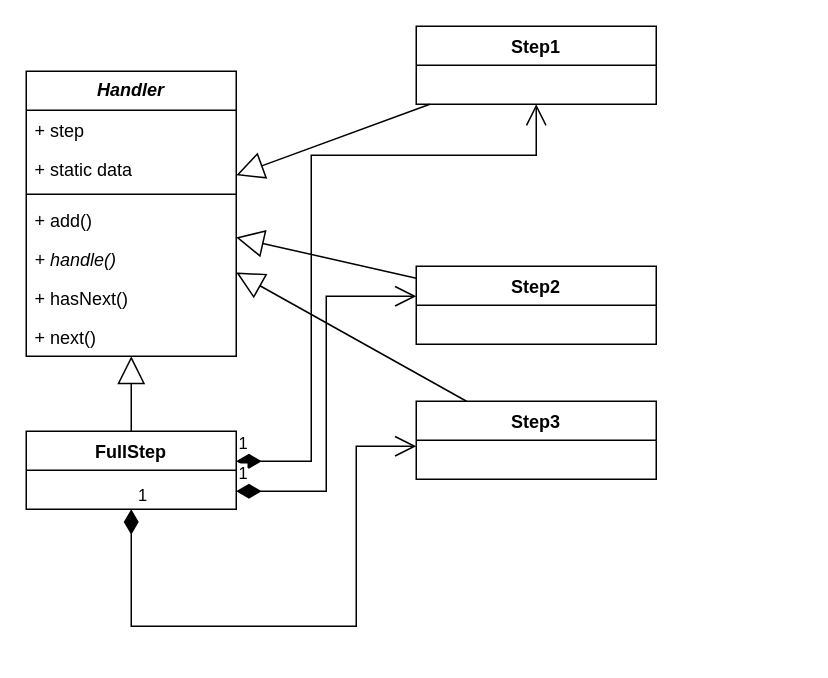
joelau71/uml keeps this draw.io diagram as chain-step.drawio. Above is the earlier version. Source tidied: cells renumbered, new cells numbered last; positions are measured from the earlier drawing's top-left corner, leaving out a move shared by most shapes. Both pictures are drawn from the tidied source at 150%, with x=0, y=0 at pixel (26, 26).
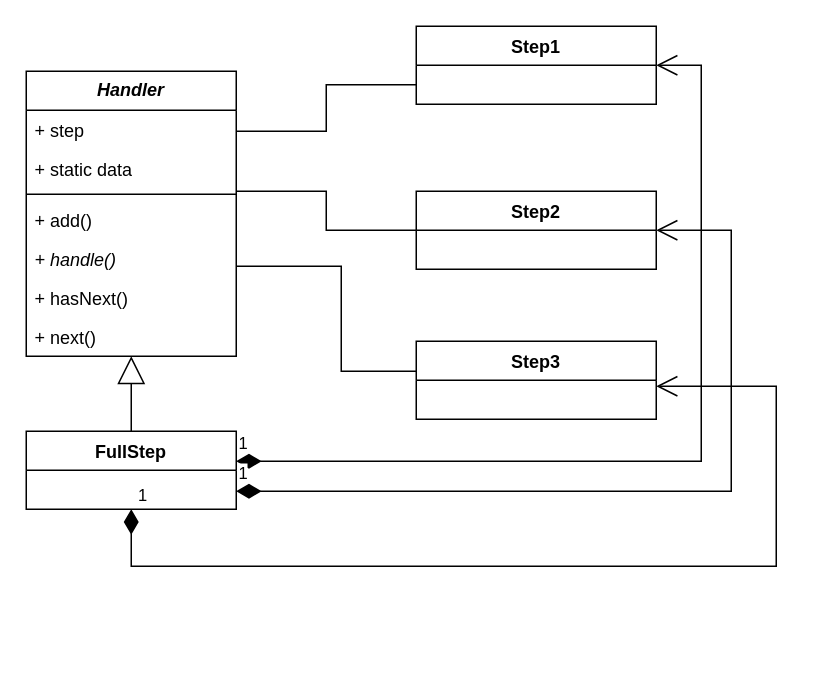
After the change.

Unchanged cells that the change refers to:
```xml
<mxCell id="2" value="&lt;b&gt;&lt;i&gt;Handler&lt;/i&gt;&lt;/b&gt;" style="swimlane;fontStyle=0;horizontal=1;startSize=26;fillColor=none;whiteSpace=wrap;html=1;" parent="1" vertex="1">
  <mxGeometry y="30" width="140" height="190" as="geometry" />
</mxCell>
<mxCell id="10" value="FullStep" style="swimlane;fontStyle=1;align=center;verticalAlign=top;horizontal=1;startSize=26;whiteSpace=wrap;html=1;" parent="1" vertex="1">
  <mxGeometry y="270" width="140" height="52" as="geometry" />
</mxCell>
<mxCell id="11" value="Step1" style="swimlane;fontStyle=1;align=center;verticalAlign=top;horizontal=1;startSize=26;whiteSpace=wrap;html=1;" parent="1" vertex="1">
  <mxGeometry x="260" width="160" height="52" as="geometry" />
</mxCell>
```

The edit, as a diff of the source:
```diff
@@
     <mxCell id="13" value="1" style="endArrow=open;html=1;endSize=12;startArrow=diamondThin;startSize=14;startFill=1;edgeStyle=orthogonalEdgeStyle;align=left;verticalAlign=bottom;rounded=0;" parent="1" edge="1" source="10" target="11">
       <mxGeometry x="-1" y="3" relative="1" as="geometry">
         <Array as="points">
-          <mxPoint x="190" y="290" />
-          <mxPoint x="190" y="86" />
+          <mxPoint x="450" y="290" />
+          <mxPoint x="450" y="26" />
         </Array>
       </mxGeometry>
     </mxCell>
     <mxCell id="14" value="Step2" style="swimlane;fontStyle=1;align=center;verticalAlign=top;horizontal=1;startSize=26;whiteSpace=wrap;html=1;" parent="1" vertex="1">
-      <mxGeometry x="260" y="160" width="160" height="52" as="geometry" />
+      <mxGeometry x="260" y="110" width="160" height="52" as="geometry" />
     </mxCell>
     <mxCell id="15" value="Step3" style="swimlane;fontStyle=1;align=center;verticalAlign=top;horizontal=1;startSize=26;whiteSpace=wrap;html=1;" parent="1" vertex="1">
-      <mxGeometry x="260" y="250" width="160" height="52" as="geometry" />
+      <mxGeometry x="260" y="210" width="160" height="52" as="geometry" />
     </mxCell>
     <mxCell id="16" value="1" style="endArrow=open;html=1;endSize=12;startArrow=diamondThin;startSize=14;startFill=1;edgeStyle=orthogonalEdgeStyle;align=left;verticalAlign=bottom;rounded=0;" parent="1" edge="1" source="10" target="14">
       <mxGeometry x="-1" y="3" relative="1" as="geometry">
         <Array as="points">
-          <mxPoint x="200" y="310" />
-          <mxPoint x="200" y="180" />
+          <mxPoint x="470" y="310" />
+          <mxPoint x="470" y="136" />
         </Array>
       </mxGeometry>
     </mxCell>
     <mxCell id="17" value="1" style="endArrow=open;html=1;endSize=12;startArrow=diamondThin;startSize=14;startFill=1;edgeStyle=orthogonalEdgeStyle;align=left;verticalAlign=bottom;rounded=0;" parent="1" edge="1" source="10" target="15">
       <mxGeometry x="-1" y="3" relative="1" as="geometry">
         <Array as="points">
-          <mxPoint x="70" y="400" />
-          <mxPoint x="220" y="400" />
-          <mxPoint x="220" y="280" />
+          <mxPoint x="70" y="360" />
+          <mxPoint x="500" y="360" />
+          <mxPoint x="500" y="240" />
         </Array>
       </mxGeometry>
     </mxCell>
-    <mxCell id="18" style="endArrow=block;endSize=16;endFill=0;html=1;rounded=0;" parent="1" edge="1" source="11" target="2">
-      <mxGeometry relative="1" as="geometry" />
-    </mxCell>
-    <mxCell id="19" style="endArrow=block;endSize=16;endFill=0;html=1;rounded=0;" parent="1" edge="1" source="14" target="2">
-      <mxGeometry relative="1" as="geometry" />
-    </mxCell>
-    <mxCell id="20" style="endArrow=block;endSize=16;endFill=0;html=1;rounded=0;" parent="1" edge="1" source="15" target="2">
-      <mxGeometry relative="1" as="geometry" />
-    </mxCell>
+    <mxCell id="21" style="endArrow=none;html=1;edgeStyle=orthogonalEdgeStyle;rounded=0;entryX=0;entryY=0.75;entryDx=0;entryDy=0;" parent="1" edge="1" source="2" target="11">
+      <mxGeometry relative="1" as="geometry">
+        <Array as="points">
+          <mxPoint x="200" y="70" />
+          <mxPoint x="200" y="39" />
+        </Array>
+      </mxGeometry>
+    </mxCell>
+    <mxCell id="22" style="endArrow=none;html=1;edgeStyle=orthogonalEdgeStyle;rounded=0;" parent="1" edge="1" source="2" target="14">
+      <mxGeometry relative="1" as="geometry">
+        <Array as="points">
+          <mxPoint x="200" y="110" />
+          <mxPoint x="200" y="136" />
+        </Array>
+      </mxGeometry>
+    </mxCell>
+    <mxCell id="23" style="endArrow=none;html=1;edgeStyle=orthogonalEdgeStyle;rounded=0;" parent="1" edge="1" source="2" target="15">
+      <mxGeometry relative="1" as="geometry">
+        <Array as="points">
+          <mxPoint x="210" y="160" />
+          <mxPoint x="210" y="230" />
+        </Array>
+      </mxGeometry>
+    </mxCell>
```
